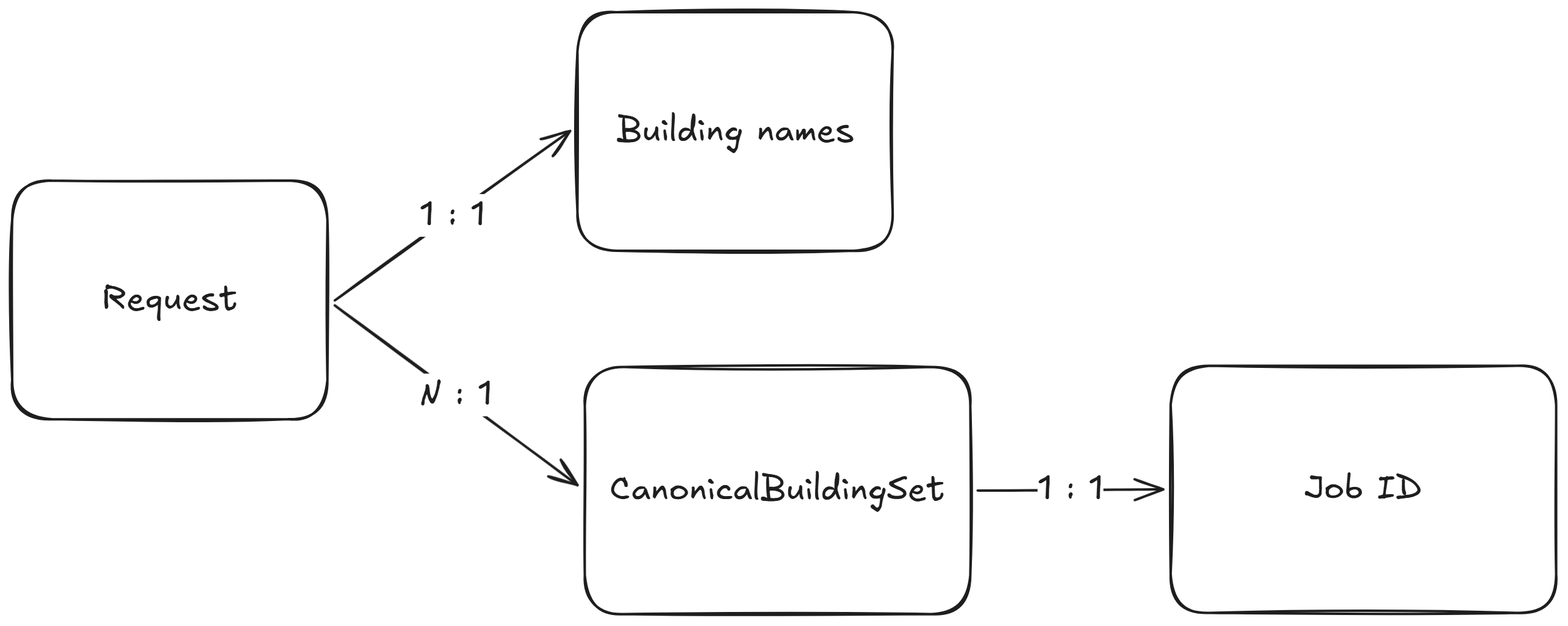
2pacalypse/clashing-buildings keeps this Excalidraw diagram as docs/diagrams/erd.png. Above is the earlier version. Source tidied: one line per element, renumbered; positions are measured from the earlier drawing's top-left corner, leaving out a move shared by most shapes.
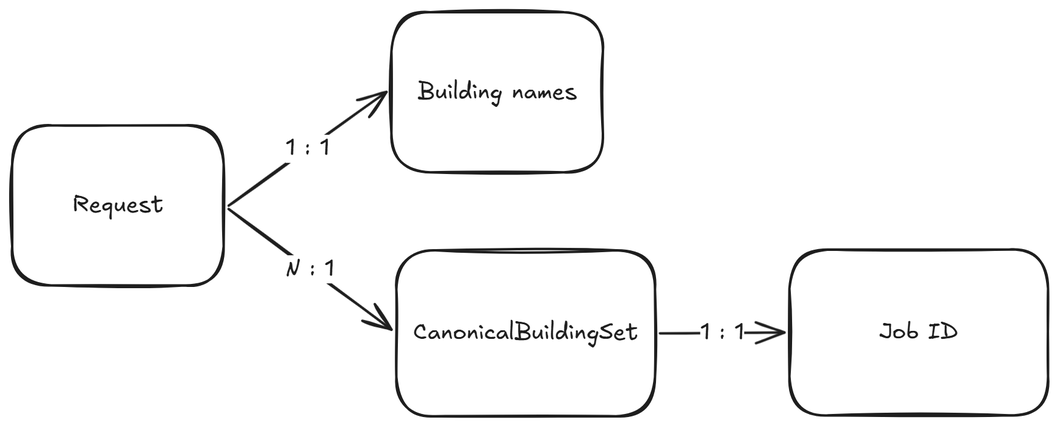
After the change.

Commit message:
docs: update ERD diagram for improved clarity

Diff of the diagram source:
```diff
@@ -1,14 +1,14 @@
-{"id": 0, "type": "rectangle", "strokeColor": "#1e1e1e", "strokeWidth": 2, "roughness": 1, "round": true, "x": 0, "y": 138, "width": 258, "height": 195}
+{"id": 0, "type": "rectangle", "strokeColor": "#1e1e1e", "strokeWidth": 2, "roughness": 1, "round": true, "x": 648, "y": 403, "width": 173, "height": 131}
-{"id": 1, "type": "text", "text": "Request", "strokeColor": "#1e1e1e", "strokeWidth": 2, "roughness": 1, "fontSize": 28, "fontFamily": 5, "textAlign": "center", "verticalAlign": "middle", "inside": 0, "x": 73, "y": 218, "width": 112, "height": 35}
+{"id": 1, "type": "text", "text": "Request", "strokeColor": "#1e1e1e", "strokeWidth": 2, "roughness": 1, "fontSize": 18.78, "fontFamily": 5, "textAlign": "center", "verticalAlign": "middle", "inside": 0, "x": 697, "y": 456, "width": 75, "height": 23}
-{"id": 2, "type": "rectangle", "strokeColor": "#1e1e1e", "strokeWidth": 2, "roughness": 1, "round": true, "x": 469, "y": 291, "width": 316, "height": 202}
+{"id": 2, "type": "rectangle", "strokeColor": "#1e1e1e", "strokeWidth": 2, "roughness": 1, "round": true, "x": 963, "y": 505, "width": 212, "height": 136}
-{"id": 3, "type": "text", "text": "CanonicalBuildingSet", "strokeColor": "#1e1e1e", "strokeWidth": 2, "roughness": 1, "fontSize": 28, "fontFamily": 5, "textAlign": "center", "verticalAlign": "middle", "inside": 2, "x": 490, "y": 375, "width": 275, "height": 35}
+{"id": 3, "type": "text", "text": "CanonicalBuildingSet", "strokeColor": "#1e1e1e", "strokeWidth": 2, "roughness": 1, "fontSize": 18.78, "fontFamily": 5, "textAlign": "center", "verticalAlign": "middle", "inside": 2, "x": 976, "y": 561, "width": 185, "height": 23}
-{"id": 4, "type": "arrow", "strokeColor": "#1e1e1e", "strokeWidth": 2, "roughness": 1, "endArrowhead": "arrow", "from": 0, "to": 2, "x": 264, "y": 240, "width": 199, "height": 147, "points": [[0, 0], [199, 147]]}
+{"id": 4, "type": "arrow", "strokeColor": "#1e1e1e", "strokeWidth": 2, "roughness": 1, "endArrowhead": "arrow", "from": 0, "to": 2, "x": 825, "y": 471, "width": 133, "height": 99, "points": [[0, 0], [133, 99]]}
-{"id": 5, "type": "text", "text": "N : 1", "strokeColor": "#1e1e1e", "strokeWidth": 2, "roughness": 1, "fontSize": 28, "fontFamily": 5, "textAlign": "center", "verticalAlign": "middle", "inside": 4, "x": 198, "y": 419, "width": 59, "height": 35}
+{"id": 5, "type": "text", "text": "N : 1", "strokeColor": "#1e1e1e", "strokeWidth": 2, "roughness": 1, "fontSize": 18.78, "fontFamily": 5, "textAlign": "center", "verticalAlign": "middle", "inside": 4, "x": 334, "y": 296, "width": 40, "height": 23}
-{"id": 6, "type": "rectangle", "strokeColor": "#1e1e1e", "strokeWidth": 2, "roughness": 1, "round": true, "x": 949, "y": 290, "width": 316, "height": 202}
+{"id": 6, "type": "rectangle", "strokeColor": "#1e1e1e", "strokeWidth": 2, "roughness": 1, "round": true, "x": 1285, "y": 504, "width": 212, "height": 136}
-{"id": 7, "type": "text", "text": "Job ID", "strokeColor": "#1e1e1e", "strokeWidth": 2, "roughness": 1, "fontSize": 28, "fontFamily": 5, "textAlign": "center", "verticalAlign": "middle", "inside": 6, "x": 1059, "y": 373, "width": 97, "height": 35}
+{"id": 7, "type": "text", "text": "Job ID", "strokeColor": "#1e1e1e", "strokeWidth": 2, "roughness": 1, "fontSize": 18.78, "fontFamily": 5, "textAlign": "center", "verticalAlign": "middle", "inside": 6, "x": 1358, "y": 561, "width": 65, "height": 23}
-{"id": 8, "type": "arrow", "strokeColor": "#1e1e1e", "strokeWidth": 2, "roughness": 1, "endArrowhead": "arrow", "from": 2, "to": 6, "x": 791, "y": 392, "width": 152, "height": 1, "points": [[0, 0], [152, -1]]}
+{"id": 8, "type": "arrow", "strokeColor": "#1e1e1e", "strokeWidth": 2, "roughness": 1, "endArrowhead": "arrow", "from": 2, "to": 6, "x": 1179, "y": 573, "width": 102, "height": 1, "points": [[0, 0], [102, -1]]}
-{"id": 9, "type": "text", "text": "1 : 1", "strokeColor": "#1e1e1e", "strokeWidth": 2, "roughness": 1, "fontSize": 28, "fontFamily": 5, "textAlign": "center", "verticalAlign": "middle", "inside": 8, "x": 287, "y": 810, "width": 54, "height": 35}
+{"id": 9, "type": "text", "text": "1 : 1", "strokeColor": "#1e1e1e", "strokeWidth": 2, "roughness": 1, "fontSize": 18.78, "fontFamily": 5, "textAlign": "center", "verticalAlign": "middle", "inside": 8, "x": 840, "y": 374, "width": 36, "height": 23}
-{"id": 10, "type": "rectangle", "strokeColor": "#1e1e1e", "strokeWidth": 2, "roughness": 1, "round": true, "x": 463, "y": 0, "width": 258, "height": 195}
+{"id": 10, "type": "rectangle", "strokeColor": "#1e1e1e", "strokeWidth": 2, "roughness": 1, "round": true, "x": 959, "y": 310, "width": 173, "height": 131}
-{"id": 11, "type": "text", "text": "Building names", "strokeColor": "#1e1e1e", "strokeWidth": 2, "roughness": 1, "fontSize": 28, "fontFamily": 5, "textAlign": "center", "verticalAlign": "middle", "inside": 10, "x": 495, "y": 80, "width": 195, "height": 35}
+{"id": 11, "type": "text", "text": "Building names", "strokeColor": "#1e1e1e", "strokeWidth": 2, "roughness": 1, "fontSize": 18.78, "fontFamily": 5, "textAlign": "center", "verticalAlign": "middle", "inside": 10, "x": 980, "y": 364, "width": 131, "height": 23}
-{"id": 12, "type": "arrow", "strokeColor": "#1e1e1e", "strokeWidth": 2, "roughness": 1, "endArrowhead": "arrow", "from": 0, "to": 10, "x": 264, "y": 236, "width": 193, "height": 139, "points": [[0, 0], [193, -139]]}
+{"id": 12, "type": "arrow", "strokeColor": "#1e1e1e", "strokeWidth": 2, "roughness": 1, "endArrowhead": "arrow", "from": 0, "to": 10, "x": 825, "y": 468, "width": 129, "height": 93, "points": [[0, 0], [129, -93]]}
-{"id": 13, "type": "text", "text": "1 : 1", "strokeColor": "#1e1e1e", "strokeWidth": 2, "roughness": 1, "fontSize": 28, "fontFamily": 5, "textAlign": "center", "verticalAlign": "middle", "inside": 12, "x": 20, "y": 416, "width": 54, "height": 35}
+{"id": 13, "type": "text", "text": "1 : 1", "strokeColor": "#1e1e1e", "strokeWidth": 2, "roughness": 1, "fontSize": 18.78, "fontFamily": 5, "textAlign": "center", "verticalAlign": "middle", "inside": 12, "x": 334, "y": 149, "width": 36, "height": 23}
```
